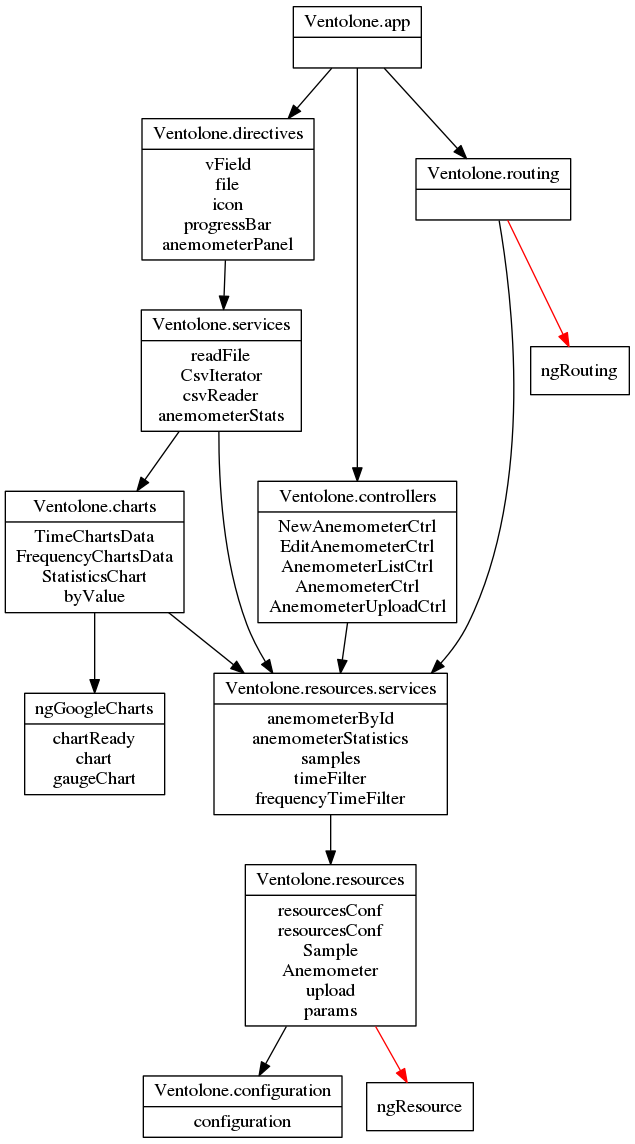
Before: dependencies-graph.png, a diagram exported from Graphviz (VentolONE/ventolone-app). Its source is kept beside it as dependencies-graph.dot.
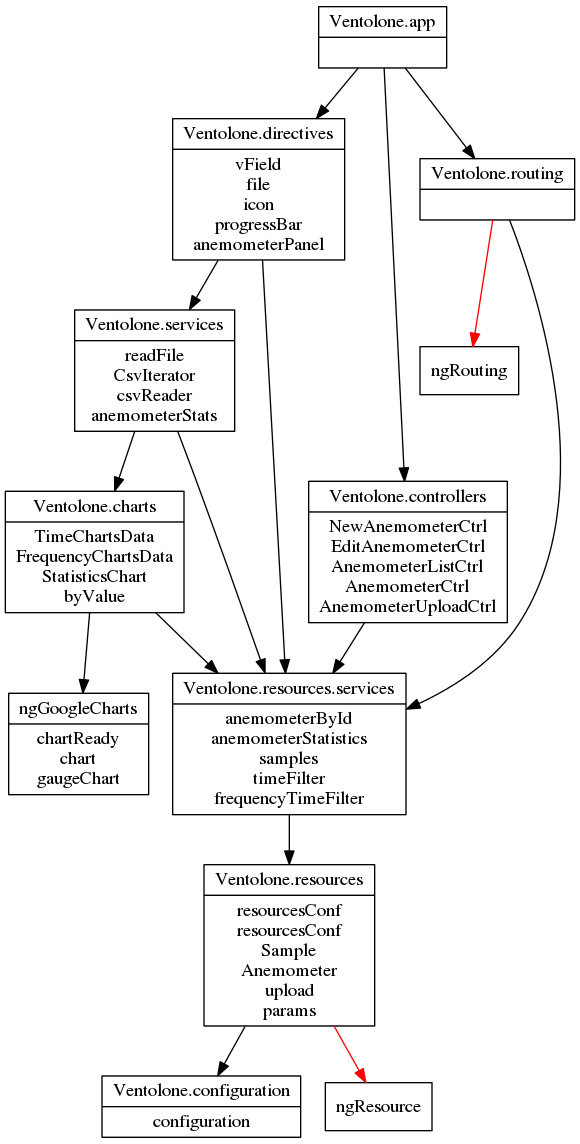
Above is the later version.

Diff of the diagram source:
```diff
@@ -16,6 +16,7 @@
   "Ventolone.charts" -> "Ventolone.resources.services"  [color="black"]
   "Ventolone.controllers" -> "Ventolone.resources.services"  [color="black"]
   "Ventolone.directives" -> "Ventolone.services"  [color="black"]
+  "Ventolone.directives" -> "Ventolone.resources.services"  [color="black"]
   "Ventolone.app" -> "Ventolone.controllers"  [color="black"]
   "Ventolone.app" -> "Ventolone.directives"  [color="black"]
   "Ventolone.app" -> "Ventolone.routing"  [color="black"]
```
